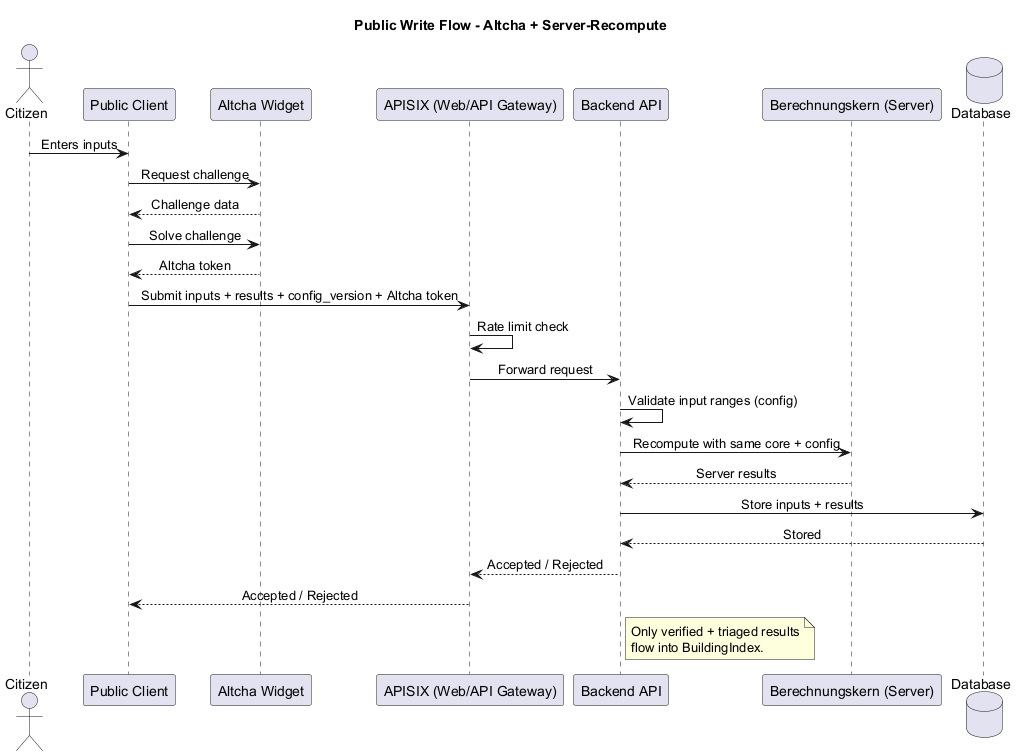
Before: docs/architecture/attachments/public-write-flow.png, a diagram exported from PlantUML (csi-FOXBYTE/Regensburg_DigitalerEnergieZwilling_Backend). Its diagram source:
```plantuml
@startuml
skinparam sequenceMessageAlign center
skinparam responseMessageBelowArrow true

title Public Write Flow - Altcha + Server-Recompute

actor Citizen as user
participant "Public Client" as client
participant "Altcha Widget" as altcha
participant "APISIX (Web/API Gateway)" as gateway
participant "Backend API" as api
participant "Berechnungskern (Server)" as calc
database "Database" as db

user -> client: Enters inputs
client -> altcha: Request challenge
altcha --> client: Challenge data
client -> altcha: Solve challenge
altcha --> client: Altcha token

client -> gateway: Submit inputs + results + config_version + Altcha token
gateway -> gateway: Rate limit check
gateway -> api: Forward request
api -> api: Validate input ranges (config)
api -> calc: Recompute with same core + config
calc --> api: Server results
api -> db: Store inputs + results
db --> api: Stored
api --> gateway: Accepted / Rejected
gateway --> client: Accepted / Rejected

note right of api
Only verified + triaged results
flow into BuildingIndex.
end note

@enduml
```
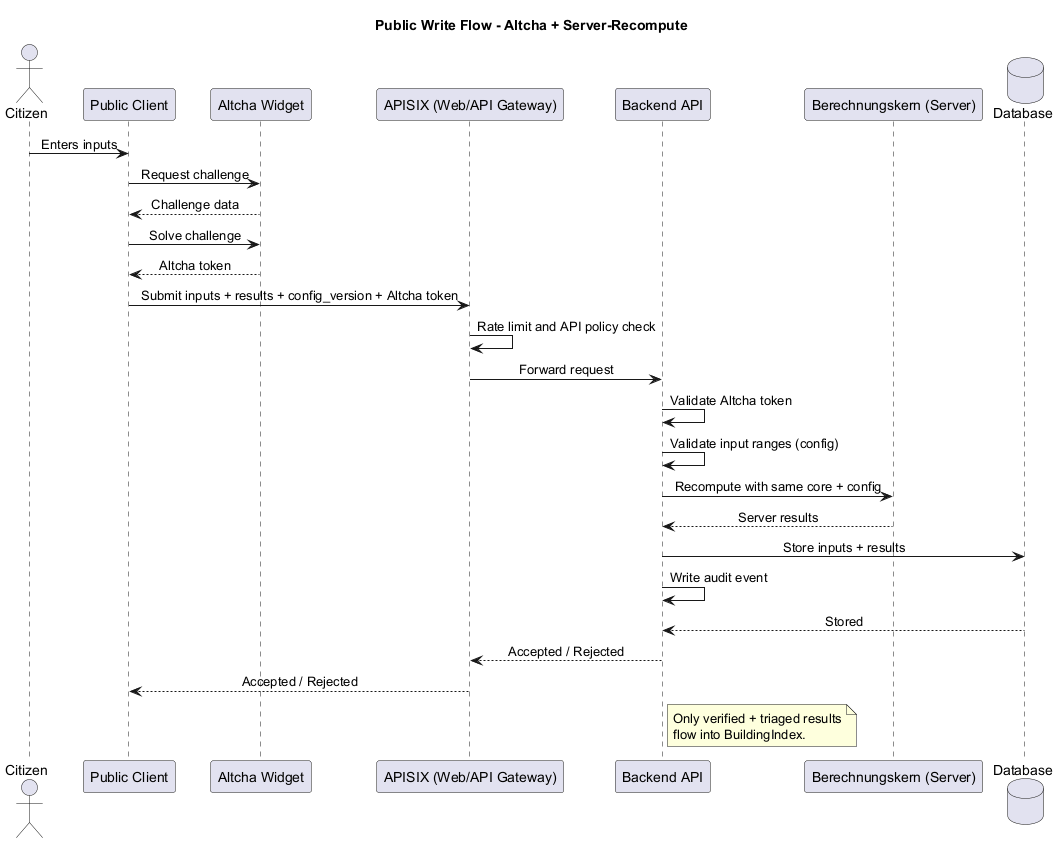
Later version of the same file.

Change to the diagram source:
```diff
@@ -19,12 +19,14 @@
 altcha --> client: Altcha token
 
 client -> gateway: Submit inputs + results + config_version + Altcha token
-gateway -> gateway: Rate limit check
+gateway -> gateway: Rate limit and API policy check
 gateway -> api: Forward request
+api -> api: Validate Altcha token
 api -> api: Validate input ranges (config)
 api -> calc: Recompute with same core + config
 calc --> api: Server results
 api -> db: Store inputs + results
+api -> api: Write audit event
 db --> api: Stored
 api --> gateway: Accepted / Rejected
 gateway --> client: Accepted / Rejected
```
